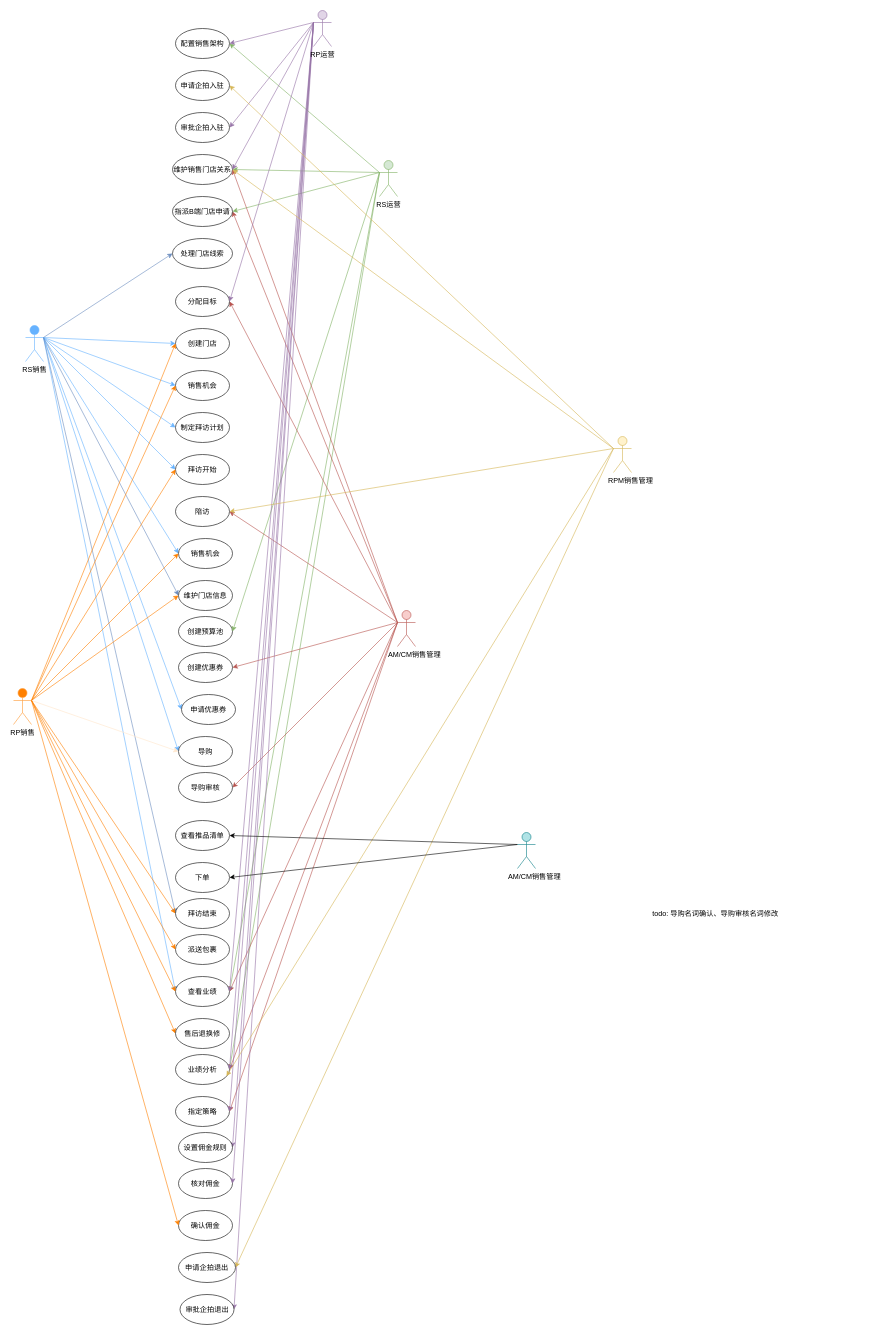
Earlier version of the draw.io diagram 渠道-用例图.drawio (shixiaoding/draw). Source tidied: cells renumbered, new cells numbered last; positions are measured from the earlier drawing's top-left corner, leaving out a move shared by most shapes. Both pictures are drawn from the tidied source at 60%, with x=0, y=0 at pixel (13, 10).
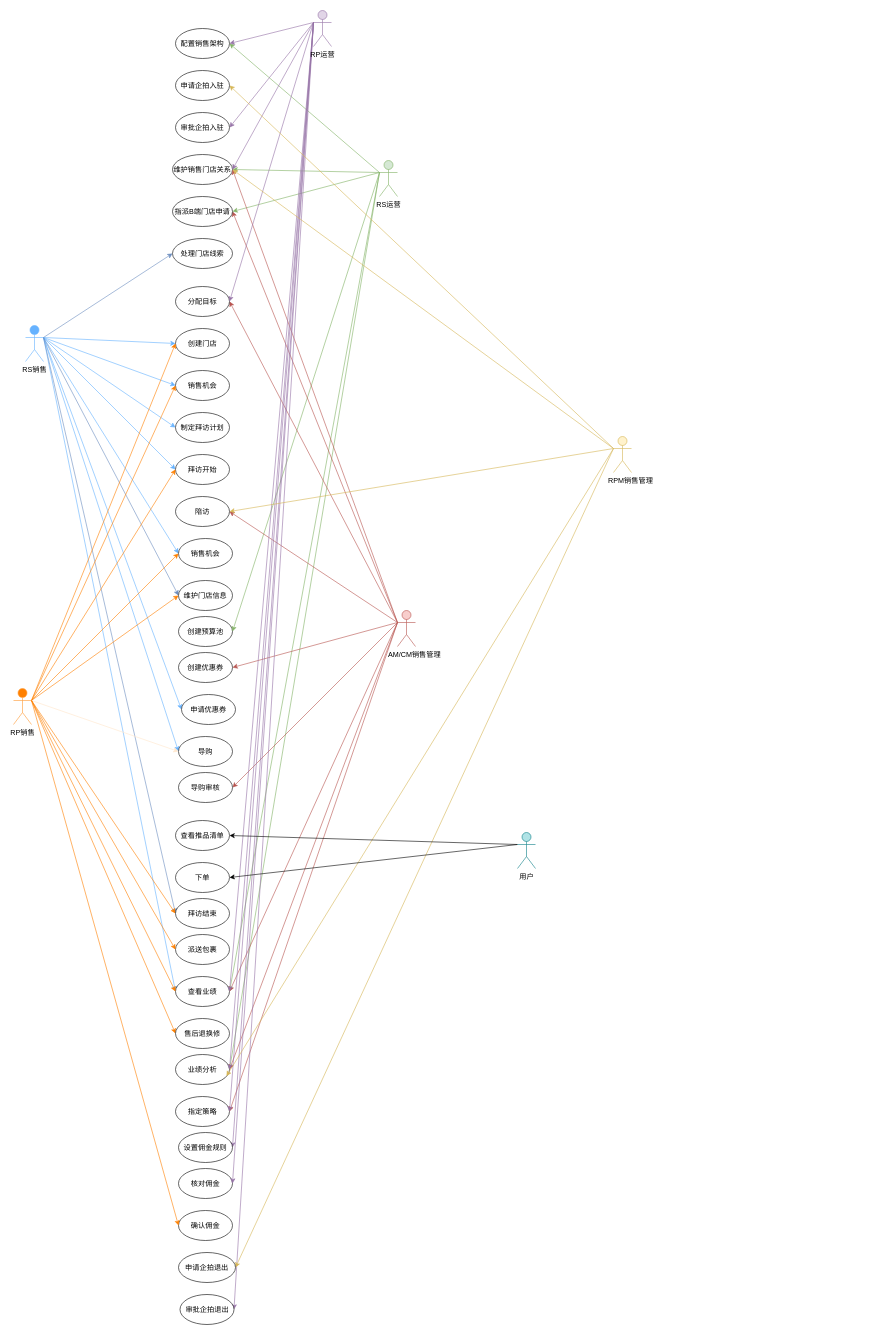
The same diagram, later.

Commit message:
更新渠道-用例图.drawio

Change to the diagram source:
```diff
@@
-    <mxCell id="94" value="&amp;nbsp; &amp;nbsp; &amp;nbsp; &amp;nbsp; AM/CM销售管理" style="shape=umlActor;verticalLabelPosition=bottom;verticalAlign=top;html=1;outlineConnect=0;fillColor=#b0e3e6;strokeColor=#0e8088;" parent="1" vertex="1">
+    <mxCell id="94" value="用户" style="shape=umlActor;verticalLabelPosition=bottom;verticalAlign=top;html=1;outlineConnect=0;fillColor=#b0e3e6;strokeColor=#0e8088;" parent="1" vertex="1">
       <mxGeometry x="840" y="1370" width="30" height="60" as="geometry" />
     </mxCell>
-    <mxCell id="95" value="todo: 导购名词确认、导购审核名词修改" style="text;html=1;align=center;verticalAlign=middle;whiteSpace=wrap;rounded=0;" parent="1" vertex="1">
-      <mxGeometry x="930" y="1490" width="480" height="30" as="geometry" />
-    </mxCell>
```
